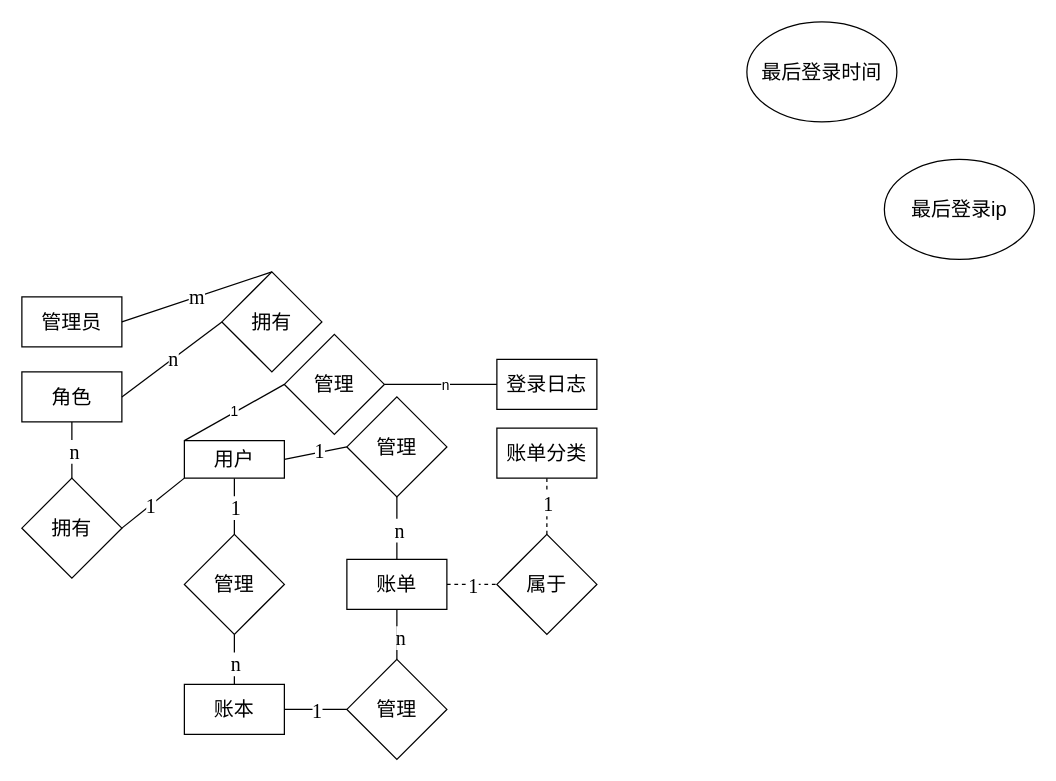
mynxg/draw-io-to-github keeps this draw.io diagram as page "E-R图" (8 of 8) of lottery-note/fun-bill-依赖关系.drawio. Above is the earlier version. Source tidied: cells renumbered, new cells numbered last; positions are measured from the earlier drawing's top-left corner, leaving out a move shared by most shapes. Both pictures are drawn from the tidied source at 125%, with x=0, y=0 at pixel (21, 21).
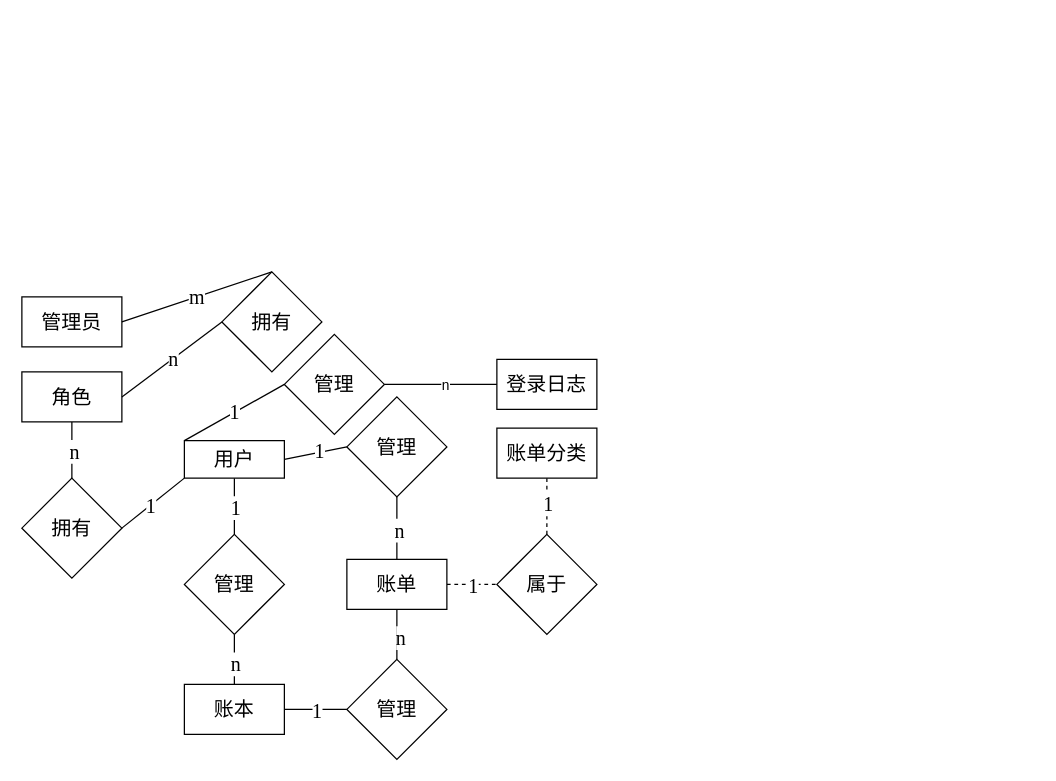
The same diagram, later.

Commit message (it also covers changes not shown here):
更新fun-bill-依赖关系.drawio

The change refers to these unchanged cells:
```xml
<mxCell id="26" style="rounded=0;jettySize=auto;html=1;exitX=0;exitY=0.5;exitDx=0;exitDy=0;entryX=0;entryY=0;entryDx=0;entryDy=0;endArrow=none;endFill=0;" parent="1" edge="1" source="28" target="10">
  <mxGeometry relative="1" as="geometry" />
</mxCell>
```

What changed in the source:
```diff
@@
-    <mxCell id="2" value="&lt;font style=&quot;font-size: 16px;&quot;&gt;最后登录时间&lt;/font&gt;" style="ellipse;whiteSpace=wrap;html=1;fontSize=16;fontFamily=宋体;" parent="1" vertex="1">
-      <mxGeometry x="580" width="120" height="80" as="geometry" />
-    </mxCell>
-    <mxCell id="3" value="最后登录ip" style="ellipse;whiteSpace=wrap;html=1;fontSize=16;fontFamily=宋体;" parent="1" vertex="1">
-      <mxGeometry x="690" y="110" width="120" height="80" as="geometry" />
-    </mxCell>
@@
-    <mxCell id="27" value="1" style="edgeLabel;html=1;align=center;verticalAlign=middle;" parent="26" vertex="1">
+    <mxCell id="27" value="1" style="edgeLabel;html=1;align=center;verticalAlign=middle;fontSize=16;fontFamily=Times New Roman;" parent="26" vertex="1">
       <mxGeometry y="-1" relative="1" as="geometry" />
     </mxCell>
```
